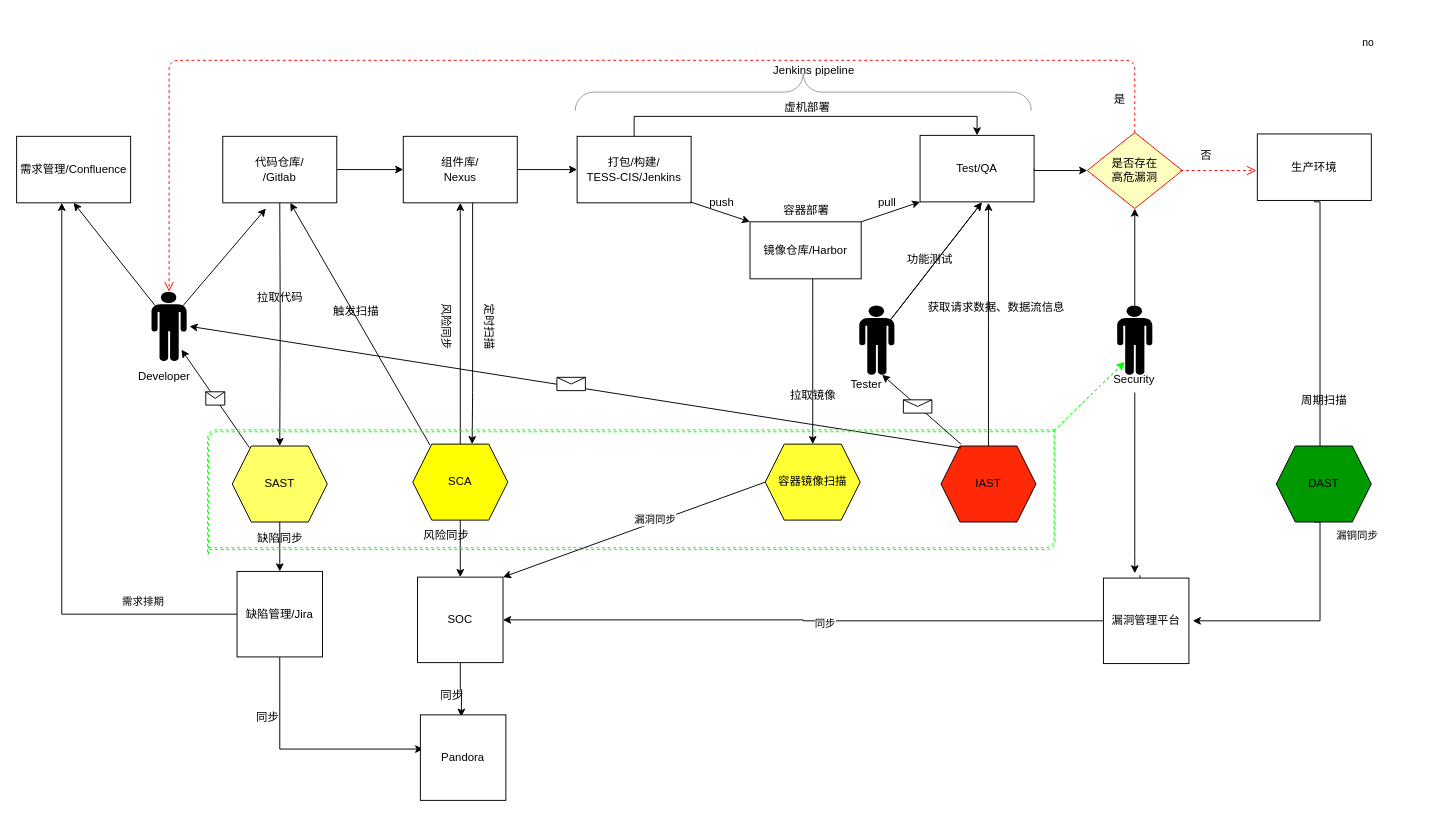
March110/- keeps this draw.io diagram as Untitled Diagram.drawio. Above is the earlier version. Source tidied: cells renumbered, new cells numbered last; positions are measured from the earlier drawing's top-left corner, leaving out a move shared by most shapes. Both pictures are drawn from the tidied source at 95%, with x=0, y=0 at pixel (16, 60).
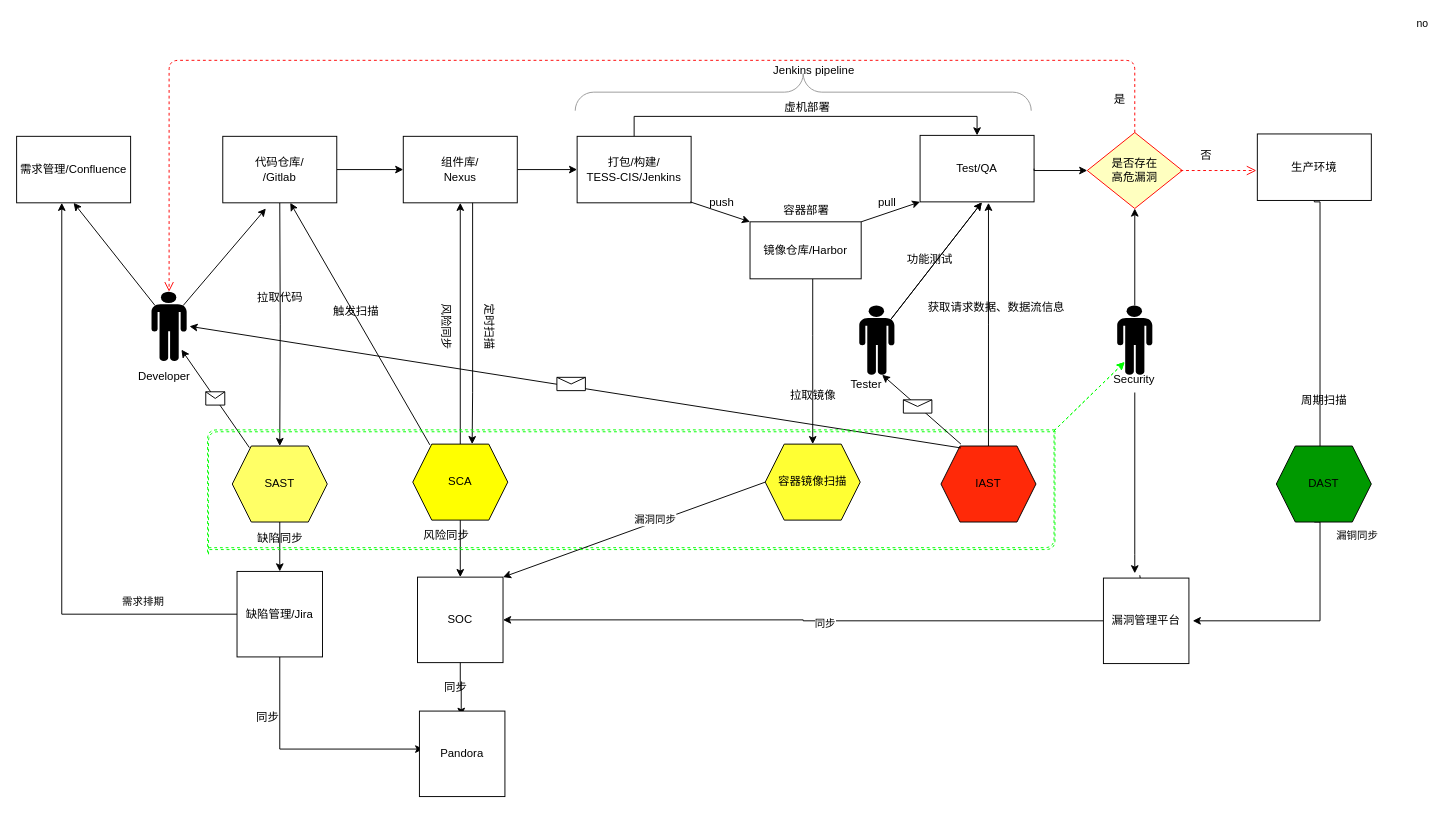
The same diagram, later.

The change refers to these unchanged cells:
```xml
<mxCell id="60" value="SOC" style="whiteSpace=wrap;html=1;" parent="1" vertex="1">
  <mxGeometry x="422" y="544" width="90" height="90" as="geometry" />
</mxCell>
```

Change to the diagram source:
```diff
@@
-    <mxCell id="59" style="edgeStyle=orthogonalEdgeStyle;rounded=0;jettySize=auto;html=1;" parent="1" edge="1" source="60">
+    <mxCell id="59" style="edgeStyle=orthogonalEdgeStyle;rounded=0;orthogonalLoop=1;jettySize=auto;html=1;" parent="1" edge="1">
       <mxGeometry relative="1" as="geometry">
-        <mxPoint x="468" y="691" as="targetPoint" />
+        <mxPoint x="467" y="633" as="sourcePoint" />
+        <mxPoint x="468" y="690" as="targetPoint" />
+        <Array as="points">
+          <mxPoint x="468" y="662" />
+        </Array>
       </mxGeometry>
     </mxCell>
@@
     <mxCell id="61" value="Pandora" style="whiteSpace=wrap;html=1;" parent="1" vertex="1">
-      <mxGeometry x="425" y="689" width="90" height="90" as="geometry" />
+      <mxGeometry x="424" y="685" width="90" height="90" as="geometry" />
     </mxCell>
@@
     <mxCell id="63" value="同步" style="text;html=1;align=center;verticalAlign=middle;" parent="1" vertex="1">
-      <mxGeometry x="438" y="659" width="40" height="20" as="geometry" />
+      <mxGeometry x="442" y="650" width="40" height="20" as="geometry" />
     </mxCell>
@@
     <mxCell id="71" value="no" style="edgeStyle=orthogonalEdgeStyle;html=1;align=left;verticalAlign=bottom;endArrow=open;endSize=8;strokeColor=#ff0000;dashed=1;fillColor=#FF1008;" parent="1" edge="1">
-      <mxGeometry x="1" y="167" relative="1" as="geometry">
+      <mxGeometry x="1" y="222" relative="1" as="geometry">
         <mxPoint x="1225" y="116" as="sourcePoint" />
         <mxPoint x="1305" y="116" as="targetPoint" />
         <Array as="points">
           <mxPoint x="1225" y="116" />
         </Array>
-        <mxPoint x="110" y="41" as="offset" />
+        <mxPoint x="167" y="76" as="offset" />
       </mxGeometry>
     </mxCell>
```
